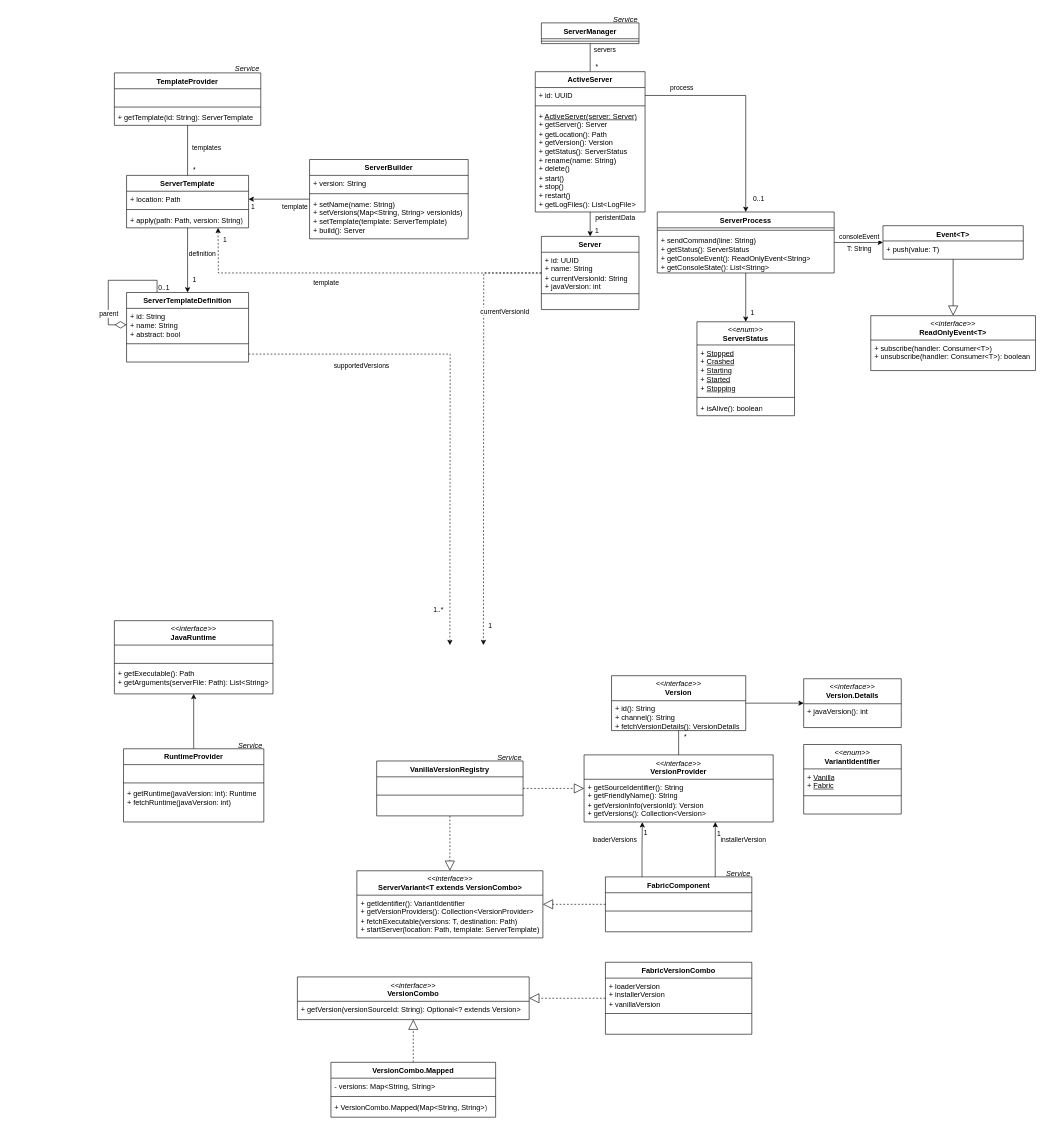
Fisch37/mc-server-manager keeps this draw.io diagram as Klassendiagramm.drawio. Above is the earlier version. Source tidied: cells renumbered, new cells numbered last; positions are measured from the earlier drawing's top-left corner, leaving out a move shared by most shapes. Both pictures are drawn from the tidied source at 61%, with x=0, y=0 at pixel (108, 10).
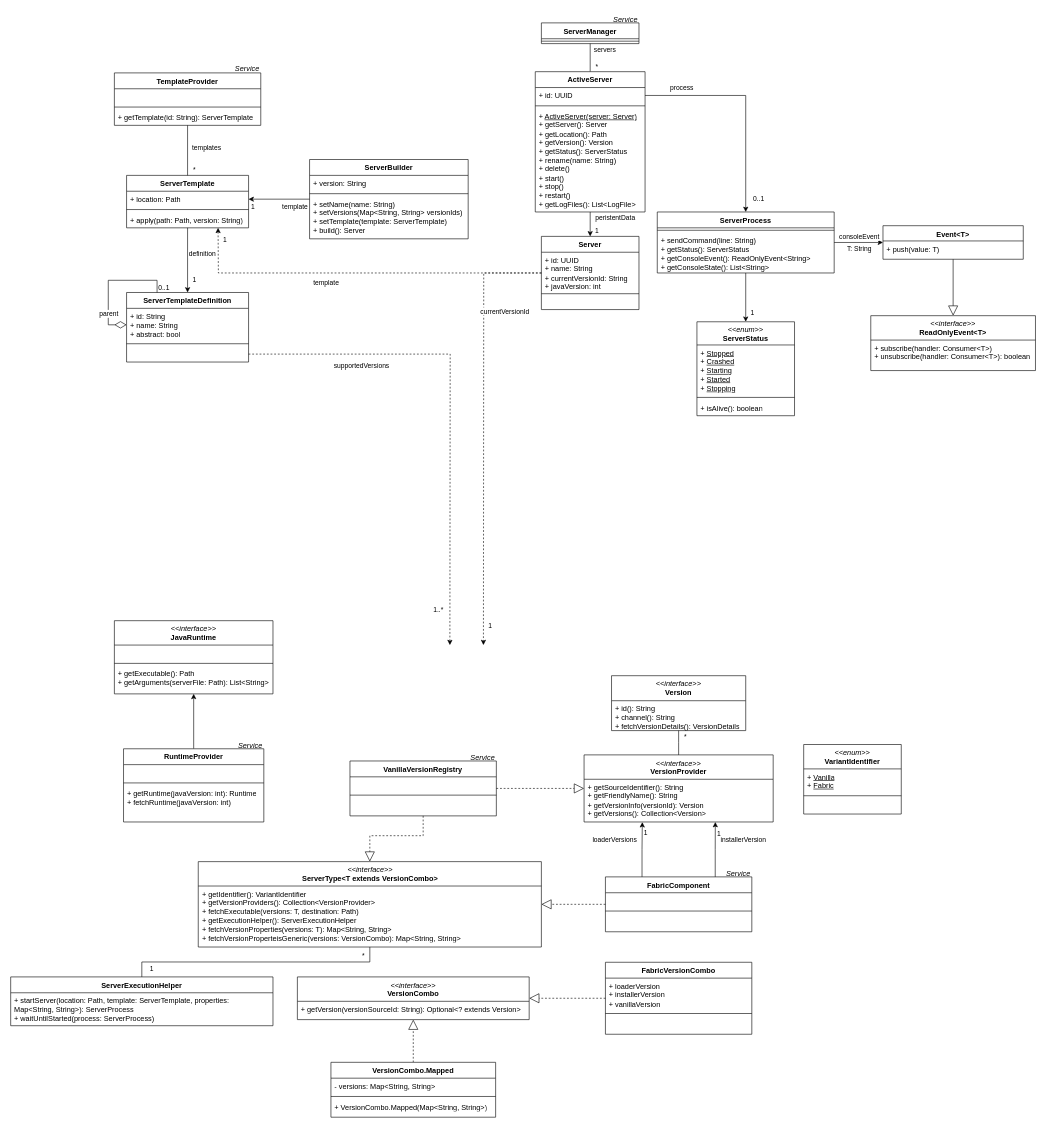
The same diagram, later.

The change refers to these unchanged cells:
```xml
<mxCell id="64" value="&lt;span style=&quot;font-weight: normal;&quot;&gt;&lt;i&gt;&amp;lt;&amp;lt;interface&amp;gt;&amp;gt;&lt;/i&gt;&lt;/span&gt;&lt;div&gt;Version&lt;/div&gt;" style="swimlane;fontStyle=1;align=center;verticalAlign=top;horizontal=1;startSize=41;whiteSpace=wrap;html=1;" parent="1" vertex="1">
  <mxGeometry x="825" y="1090.2" width="220" height="90" as="geometry" />
</mxCell>
```

Change to the diagram source:
```diff
@@
-    <mxCell id="63" style="edgeStyle=orthogonalEdgeStyle;rounded=0;jettySize=auto;html=1;" parent="1" edge="1" source="64" target="86">
-      <mxGeometry relative="1" as="geometry" />
-    </mxCell>
@@
-    <mxCell id="86" value="&lt;span style=&quot;font-weight: normal;&quot;&gt;&lt;i&gt;&amp;lt;&amp;lt;interface&amp;gt;&amp;gt;&lt;/i&gt;&lt;/span&gt;&lt;div&gt;Version.Details&lt;/div&gt;" style="swimlane;fontStyle=1;align=center;verticalAlign=top;horizontal=1;startSize=41;whiteSpace=wrap;html=1;" parent="1" vertex="1">
-      <mxGeometry x="1140" y="1095.2" width="160" height="80" as="geometry" />
-    </mxCell>
-    <mxCell id="87" value="&lt;div&gt;+ javaVersion(): int&lt;/div&gt;" style="text;strokeColor=none;fillColor=none;align=left;verticalAlign=top;spacingLeft=4;spacingRight=4;overflow=hidden;whiteSpace=wrap;html=1;" parent="86" vertex="1">
-      <mxGeometry y="41" width="160" height="39" as="geometry" />
-    </mxCell>
@@
+    <mxCell id="138" style="edgeStyle=orthogonalEdgeStyle;rounded=0;jettySize=auto;html=1;endArrow=none;endFill=0;" parent="1" edge="1" source="102" target="141">
+      <mxGeometry relative="1" as="geometry" />
+    </mxCell>
+    <mxCell id="139" value="1" style="edgeLabel;html=1;align=center;verticalAlign=middle;" parent="138" vertex="1">
+      <mxGeometry x="0.93" y="2" relative="1" as="geometry">
+        <mxPoint x="13" as="offset" />
+      </mxGeometry>
+    </mxCell>
+    <mxCell id="140" value="*" style="edgeLabel;html=1;align=center;verticalAlign=middle;" parent="138" vertex="1">
+      <mxGeometry x="-0.94" y="-1" relative="1" as="geometry">
+        <mxPoint x="-10" as="offset" />
+      </mxGeometry>
+    </mxCell>
-    <mxCell id="102" value="&lt;div&gt;&lt;span style=&quot;font-weight: normal;&quot;&gt;&lt;i&gt;&amp;lt;&amp;lt;interface&amp;gt;&amp;gt;&lt;/i&gt;&lt;/span&gt;&lt;/div&gt;ServerVariant&amp;lt;T extends VersionCombo&amp;gt;" style="swimlane;fontStyle=1;align=center;verticalAlign=top;horizontal=1;startSize=40;whiteSpace=wrap;html=1;" parent="1" vertex="1">
-      <mxGeometry x="407.5" y="1410" width="305" height="110" as="geometry" />
+    <mxCell id="102" value="&lt;div&gt;&lt;span style=&quot;font-weight: normal;&quot;&gt;&lt;i&gt;&amp;lt;&amp;lt;interface&amp;gt;&amp;gt;&lt;/i&gt;&lt;/span&gt;&lt;/div&gt;ServerType&amp;lt;T extends VersionCombo&amp;gt;" style="swimlane;fontStyle=1;align=center;verticalAlign=top;horizontal=1;startSize=40;whiteSpace=wrap;html=1;" parent="1" vertex="1">
+      <mxGeometry x="147.5" y="1395" width="562.5" height="140" as="geometry" />
     </mxCell>
-    <mxCell id="103" value="&lt;div&gt;+ getIdentifier(): VariantIdentifier&lt;/div&gt;+ getVersionProviders(): Collection&amp;lt;VersionProvider&amp;gt;&lt;div&gt;+ fetchExecutable(versions: T, destination: Path)&lt;/div&gt;&lt;div&gt;+ startServer(location: Path, template: ServerTemplate)&lt;/div&gt;" style="text;strokeColor=none;fillColor=none;align=left;verticalAlign=top;spacingLeft=4;spacingRight=4;overflow=hidden;whiteSpace=wrap;html=1;" parent="102" vertex="1">
-      <mxGeometry y="40" width="305" height="70" as="geometry" />
+    <mxCell id="103" value="&lt;div&gt;+ getIdentifier(): VariantIdentifier&lt;/div&gt;+ getVersionProviders(): Collection&amp;lt;VersionProvider&amp;gt;&lt;div&gt;+ fetchExecutable(versions: T, destination: Path)&lt;/div&gt;&lt;div&gt;+ getExecutionHelper(): ServerExecutionHelper&lt;/div&gt;&lt;div&gt;+ fetchVersionProperties(versions: T): Map&amp;lt;String, String&amp;gt;&lt;/div&gt;&lt;div&gt;+ fetchVersionProperteisGeneric(versions: VersionCombo): Map&amp;lt;String, String&amp;gt;&lt;/div&gt;" style="text;strokeColor=none;fillColor=none;align=left;verticalAlign=top;spacingLeft=4;spacingRight=4;overflow=hidden;whiteSpace=wrap;html=1;" parent="102" vertex="1">
+      <mxGeometry y="40" width="562.5" height="100" as="geometry" />
     </mxCell>
@@
     <mxCell id="109" style="group;" parent="1" vertex="1">
-      <mxGeometry x="440" y="1210" width="240" height="110" as="geometry" />
+      <mxGeometry x="396.2" y="1210" width="240" height="110" as="geometry" />
     </mxCell>
@@
+    <mxCell id="141" value="ServerExecutionHelper" style="swimlane;fontStyle=1;align=center;verticalAlign=top;horizontal=1;startSize=26;whiteSpace=wrap;html=1;" parent="1" vertex="1">
+      <mxGeometry x="-160" y="1584" width="430" height="80" as="geometry" />
+    </mxCell>
+    <mxCell id="142" value="+ startServer(location: Path, template: ServerTemplate, properties: Map&amp;lt;String, String&amp;gt;): ServerProcess&lt;div&gt;+ waitUntilStarted(process: ServerProcess)&lt;/div&gt;" style="text;strokeColor=none;fillColor=none;align=left;verticalAlign=top;spacingLeft=4;spacingRight=4;overflow=hidden;whiteSpace=wrap;html=1;" parent="141" vertex="1">
+      <mxGeometry y="26" width="430" height="54" as="geometry" />
+    </mxCell>
```
